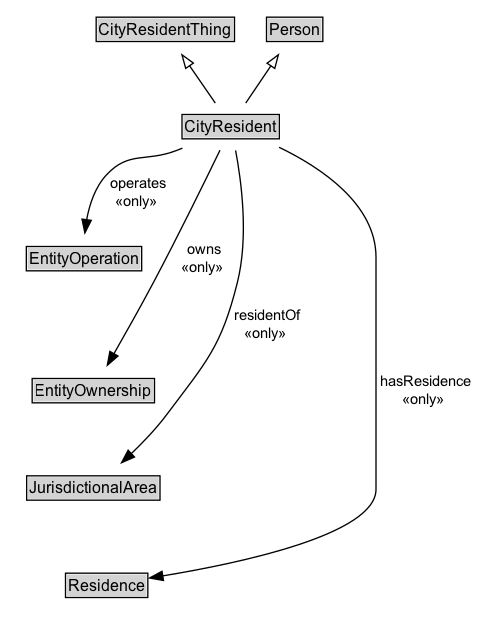
Above: docs/diagrams/CityResident.dot.png in ISO-TC204/ontology-cdm-p2-v1 (Graphviz), before the change. Its source is kept beside it as docs/diagrams/CityResident.dot.
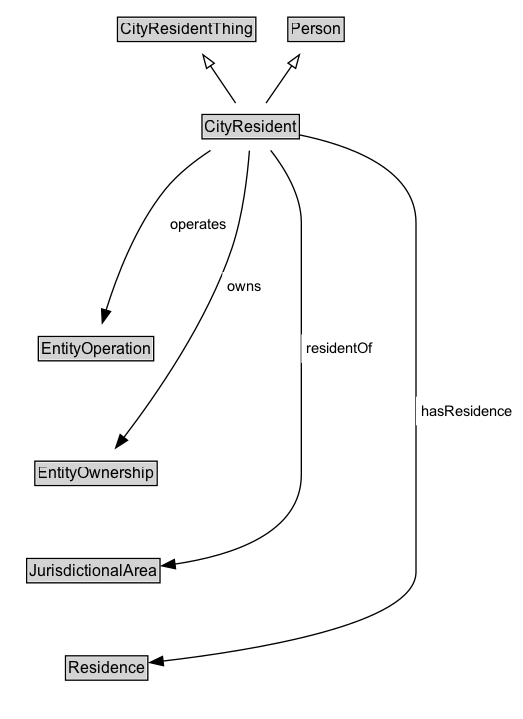
Above is the later version.

Change to the diagram source:
```diff
@@ -3,32 +3,35 @@
 	node [fontname=Arial fontsize=12 margin=0 shape=none]
 	edge [fontname=Arial fontsize=11]
 	{
+		rank=source
+		CityResidentThing [label=<<TABLE BORDER="1" CELLBORDER="0" CELLSPACING="0" CELLPADDING="1"><TR><TD BGCOLOR="lightgray" ALIGN="CENTER">CityResidentThing</TD></TR></TABLE>> URL="../CityResidentThing" margin=0]
+		Person [label=<<TABLE BORDER="1" CELLBORDER="0" CELLSPACING="0" CELLPADDING="1"><TR><TD BGCOLOR="lightgray" ALIGN="CENTER">Person</TD></TR></TABLE>> URL="../Person" margin=0]
+	}
+	CityResident [label=<<TABLE BORDER="1" CELLBORDER="0" CELLSPACING="0" CELLPADDING="1"><TR><TD BGCOLOR="lightgray" ALIGN="CENTER">CityResident</TD></TR></TABLE>> URL="../CityResident" margin=0]
+	{
 		rank=max
-		CityResident [label=<<TABLE BORDER="1" CELLBORDER="0" CELLSPACING="0" CELLPADDING="1"><TR><TD BGCOLOR="lightgray" ALIGN="CENTER" PORT="e">CityResident</TD></TR></TABLE>> URL="../CityResident.md" margin=0]
 	}
 	subgraph cluster_associated {
 		label="" style=invis
 		Invis [label=<<TABLE BORDER="0" CELLBORDER="0" CELLSPACING="0" CELLPADDING="1"><TR><TD></TD></TR></TABLE>> margin=0 style=invis]
-		EntityOperation [label=<<TABLE BORDER="1" CELLBORDER="0" CELLSPACING="0" CELLPADDING="1"><TR><TD BGCOLOR="lightgray" ALIGN="CENTER">EntityOperation</TD></TR></TABLE>> URL="../EntityOperation.md" margin=0]
-		EntityOwnership [label=<<TABLE BORDER="1" CELLBORDER="0" CELLSPACING="0" CELLPADDING="1"><TR><TD BGCOLOR="lightgray" ALIGN="CENTER">EntityOwnership</TD></TR></TABLE>> URL="../EntityOwnership.md" margin=0]
-		JurisdictionalArea [label=<<TABLE BORDER="1" CELLBORDER="0" CELLSPACING="0" CELLPADDING="1"><TR><TD BGCOLOR="lightgray" ALIGN="CENTER">JurisdictionalArea</TD></TR></TABLE>> URL="../JurisdictionalArea.md" margin=0]
-		Residence [label=<<TABLE BORDER="1" CELLBORDER="0" CELLSPACING="0" CELLPADDING="1"><TR><TD BGCOLOR="lightgray" ALIGN="CENTER">Residence</TD></TR></TABLE>> URL="../Residence.md" margin=0]
+		EntityOperation [label=<<TABLE BORDER="1" CELLBORDER="0" CELLSPACING="0" CELLPADDING="1"><TR><TD BGCOLOR="lightgray" ALIGN="CENTER">EntityOperation</TD></TR></TABLE>> URL="../EntityOperation" margin=0]
+		EntityOwnership [label=<<TABLE BORDER="1" CELLBORDER="0" CELLSPACING="0" CELLPADDING="1"><TR><TD BGCOLOR="lightgray" ALIGN="CENTER">EntityOwnership</TD></TR></TABLE>> URL="../EntityOwnership" margin=0]
+		JurisdictionalArea [label=<<TABLE BORDER="1" CELLBORDER="0" CELLSPACING="0" CELLPADDING="1"><TR><TD BGCOLOR="lightgray" ALIGN="CENTER">JurisdictionalArea</TD></TR></TABLE>> URL="../JurisdictionalArea" margin=0]
+		Residence [label=<<TABLE BORDER="1" CELLBORDER="0" CELLSPACING="0" CELLPADDING="1"><TR><TD BGCOLOR="lightgray" ALIGN="CENTER">Residence</TD></TR></TABLE>> URL="../Residence" margin=0]
 	}
-	CityResidentThing [label=<<TABLE BORDER="1" CELLBORDER="0" CELLSPACING="0" CELLPADDING="1"><TR><TD BGCOLOR="lightgray" ALIGN="CENTER">CityResidentThing</TD></TR></TABLE>> URL="../CityResidentThing.md" margin=0]
 	CityResident -> CityResidentThing [arrowhead=onormal style=solid]
-	Person [label=<<TABLE BORDER="1" CELLBORDER="0" CELLSPACING="0" CELLPADDING="1"><TR><TD BGCOLOR="lightgray" ALIGN="CENTER">Person</TD></TR></TABLE>> URL="../Person.md" margin=0]
 	CityResident -> Person [arrowhead=onormal style=solid]
 	CityResident -> Invis [style=invis]
 	Invis -> EntityOperation [style=invis]
 	EntityOperation -> EntityOwnership [style=invis]
 	EntityOwnership -> JurisdictionalArea [style=invis]
 	JurisdictionalArea -> Residence [style=invis]
-	CityResident -> Residence [label=" hasResidence
- «only»  " arrowhead=normal style=solid]
-	CityResident -> EntityOperation [label=" operates
- «only»  " arrowhead=normal style=solid]
-	CityResident -> EntityOwnership [label=" owns
- «only»  " arrowhead=normal style=solid]
-	CityResident -> JurisdictionalArea [label=" residentOf
- «only»  " arrowhead=normal style=solid]
+	EntityOwnership [label=<<TABLE BORDER="1" CELLBORDER="0" CELLSPACING="0" CELLPADDING="1"><TR><TD BGCOLOR="lightgray" ALIGN="CENTER">EntityOwnership</TD></TR></TABLE>> URL="../EntityOwnership" margin=0]
+	CityResident -> EntityOwnership [label=<<TABLE BORDER="0" CELLBORDER="0" CELLSPACING="0" CELLPADDING="4" BGCOLOR="white"><TR><TD ALIGN="CENTER">owns</TD></TR></TABLE>> arrowhead=normal style=solid]
+	Residence [label=<<TABLE BORDER="1" CELLBORDER="0" CELLSPACING="0" CELLPADDING="1"><TR><TD BGCOLOR="lightgray" ALIGN="CENTER">Residence</TD></TR></TABLE>> URL="../Residence" margin=0]
+	CityResident -> Residence [label=<<TABLE BORDER="0" CELLBORDER="0" CELLSPACING="0" CELLPADDING="4" BGCOLOR="white"><TR><TD ALIGN="CENTER">hasResidence</TD></TR></TABLE>> arrowhead=normal style=solid]
+	EntityOperation [label=<<TABLE BORDER="1" CELLBORDER="0" CELLSPACING="0" CELLPADDING="1"><TR><TD BGCOLOR="lightgray" ALIGN="CENTER">EntityOperation</TD></TR></TABLE>> URL="../EntityOperation" margin=0]
+	CityResident -> EntityOperation [label=<<TABLE BORDER="0" CELLBORDER="0" CELLSPACING="0" CELLPADDING="4" BGCOLOR="white"><TR><TD ALIGN="CENTER">operates</TD></TR></TABLE>> arrowhead=normal style=solid]
+	JurisdictionalArea [label=<<TABLE BORDER="1" CELLBORDER="0" CELLSPACING="0" CELLPADDING="1"><TR><TD BGCOLOR="lightgray" ALIGN="CENTER">JurisdictionalArea</TD></TR></TABLE>> URL="../JurisdictionalArea" margin=0]
+	CityResident -> JurisdictionalArea [label=<<TABLE BORDER="0" CELLBORDER="0" CELLSPACING="0" CELLPADDING="4" BGCOLOR="white"><TR><TD ALIGN="CENTER">residentOf</TD></TR></TABLE>> arrowhead=normal style=solid]
 }
```
